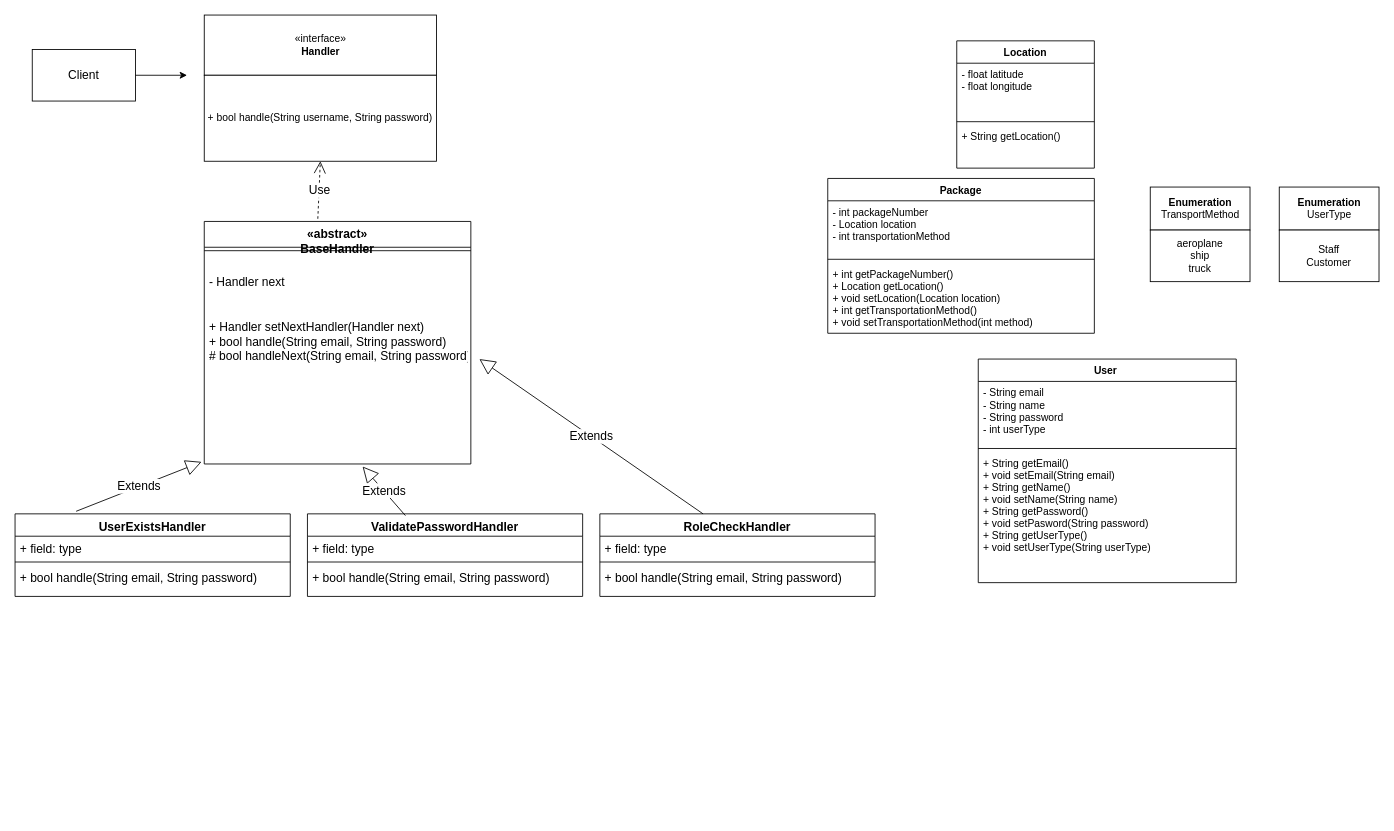
abuwho/S22-Software-Systems-Analysis-and-Design keeps this draw.io diagram as page "Final UML" (3 of 3) of team42.drawio. Above is the earlier version. Source tidied: cells renumbered, new cells numbered last; positions are measured from the earlier drawing's top-left corner, leaving out a move shared by most shapes. Both pictures are drawn from the tidied source at 86%, with x=0, y=0 at pixel (15, 15).
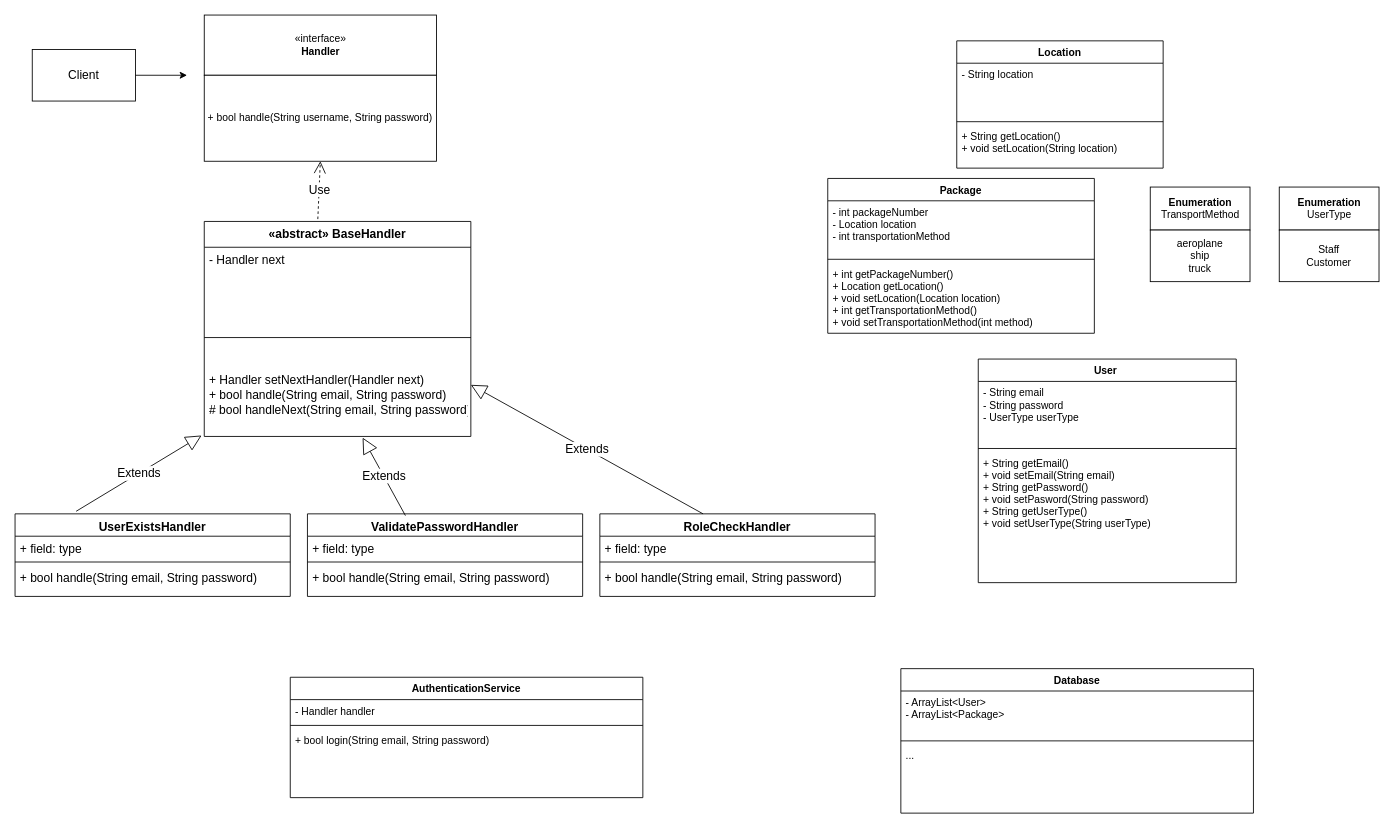
The same page after the edit.

Unchanged cells that the change refers to:
```xml
<mxCell id="33" value="User " style="swimlane;fontStyle=1;align=center;verticalAlign=top;horizontal=1;startSize=26;" parent="1" vertex="1">
  <mxGeometry x="1120" y="400" width="300" height="260" as="geometry" />
</mxCell>
```

What changed in the source:
```diff
@@
-    <mxCell id="5" value="«abstract»&#10;BaseHandler" style="swimlane;fontStyle=1;align=center;verticalAlign=top;horizontal=1;startSize=30;fontSize=14;" parent="1" vertex="1">
-      <mxGeometry x="220" y="240" width="310" height="282" as="geometry" />
+    <mxCell id="5" value="«abstract» BaseHandler" style="swimlane;fontStyle=1;align=center;verticalAlign=top;horizontal=1;startSize=30;fontSize=14;" parent="1" vertex="1">
+      <mxGeometry x="220" y="240" width="310" height="250" as="geometry" />
     </mxCell>
+    <mxCell id="7" value="- Handler next" style="text;strokeColor=none;fillColor=none;align=left;verticalAlign=top;spacingLeft=4;spacingRight=4;overflow=hidden;fontSize=14;" parent="5" vertex="1">
+      <mxGeometry y="30" width="310" height="70" as="geometry" />
+    </mxCell>
     <mxCell id="6" style="line;strokeWidth=1;fillColor=none;align=left;verticalAlign=middle;spacingTop=-1;spacingLeft=3;spacingRight=3;labelPosition=right;fontSize=14;" parent="5" vertex="1">
-      <mxGeometry y="30" width="310" height="8" as="geometry" />
+      <mxGeometry y="100" width="310" height="70" as="geometry" />
     </mxCell>
-    <mxCell id="7" value="&#10;- Handler next" style="text;strokeColor=none;fillColor=none;align=left;verticalAlign=top;spacingLeft=4;spacingRight=4;overflow=hidden;fontSize=14;" parent="5" vertex="1">
-      <mxGeometry y="38" width="310" height="70" as="geometry" />
-    </mxCell>
     <mxCell id="8" value="+ Handler setNextHandler(Handler next)&#10;+ bool handle(String email, String password)&#10;# bool handleNext(String email, String password)" style="text;strokeColor=none;fillColor=none;align=left;verticalAlign=top;spacingLeft=4;spacingRight=4;overflow=hidden;points=[[0,0.5],[1,0.5]];portConstraint=eastwest;fontSize=14;" parent="5" vertex="1">
-      <mxGeometry y="108" width="310" height="174" as="geometry" />
+      <mxGeometry y="170" width="310" height="80" as="geometry" />
     </mxCell>
@@
-    <mxCell id="24" value="Extends" style="endArrow=block;endSize=16;endFill=0;html=1;rounded=0;fontSize=14;entryX=1.032;entryY=0.299;entryDx=0;entryDy=0;exitX=0.222;exitY=-0.031;exitDx=0;exitDy=0;exitPerimeter=0;entryPerimeter=0;" parent="1" edge="1" target="8">
+    <mxCell id="24" value="Extends" style="endArrow=block;endSize=16;endFill=0;html=1;rounded=0;fontSize=14;entryX=1;entryY=0.25;entryDx=0;entryDy=0;exitX=0.222;exitY=-0.031;exitDx=0;exitDy=0;exitPerimeter=0;entryPerimeter=0;" parent="1" edge="1" target="8">
       <mxGeometry relative="1" as="geometry">
         <mxPoint x="800" y="580" as="sourcePoint" />
       </mxGeometry>
     </mxCell>
@@
     <mxCell id="29" value="Location" style="swimlane;fontStyle=1;align=center;verticalAlign=top;horizontal=1;startSize=26;" parent="1" vertex="1">
-      <mxGeometry x="1095" y="30" width="160" height="148" as="geometry" />
+      <mxGeometry x="1095" y="30" width="240" height="148" as="geometry" />
     </mxCell>
-    <mxCell id="30" value="- float latitude&#10;- float longitude" style="text;strokeColor=none;fillColor=none;align=left;verticalAlign=top;spacingLeft=4;spacingRight=4;overflow=hidden;" parent="29" vertex="1">
-      <mxGeometry y="26" width="160" height="64" as="geometry" />
+    <mxCell id="30" value="- String location" style="text;strokeColor=none;fillColor=none;align=left;verticalAlign=top;spacingLeft=4;spacingRight=4;overflow=hidden;" parent="29" vertex="1">
+      <mxGeometry y="26" width="240" height="64" as="geometry" />
     </mxCell>
     <mxCell id="31" style="line;strokeWidth=1;fillColor=none;align=left;verticalAlign=middle;spacingTop=-1;spacingLeft=3;spacingRight=3;labelPosition=right;" parent="29" vertex="1">
-      <mxGeometry y="90" width="160" height="8" as="geometry" />
+      <mxGeometry y="90" width="240" height="8" as="geometry" />
     </mxCell>
-    <mxCell id="32" value="+ String getLocation()" style="text;strokeColor=none;fillColor=none;align=left;verticalAlign=top;spacingLeft=4;spacingRight=4;overflow=hidden;" parent="29" vertex="1">
-      <mxGeometry y="98" width="160" height="50" as="geometry" />
+    <mxCell id="32" value="+ String getLocation()&#10;+ void setLocation(String location)" style="text;strokeColor=none;fillColor=none;align=left;verticalAlign=top;spacingLeft=4;spacingRight=4;overflow=hidden;" parent="29" vertex="1">
+      <mxGeometry y="98" width="240" height="50" as="geometry" />
     </mxCell>
@@
-    <mxCell id="34" value="- String email&#10;- String name&#10;- String password&#10;- int userType&#10;" style="text;strokeColor=none;fillColor=none;align=left;verticalAlign=top;spacingLeft=4;spacingRight=4;overflow=hidden;" parent="33" vertex="1">
+    <mxCell id="34" value="- String email&#10;- String password&#10;- UserType userType&#10;" style="text;strokeColor=none;fillColor=none;align=left;verticalAlign=top;spacingLeft=4;spacingRight=4;overflow=hidden;" parent="33" vertex="1">
       <mxGeometry y="26" width="300" height="74" as="geometry" />
     </mxCell>
@@
-    <mxCell id="36" value="+ String getEmail()&#10;+ void setEmail(String email)&#10;+ String getName()&#10;+ void setName(String name)&#10;+ String getPassword()&#10;+ void setPasword(String password)&#10;+ String getUserType()&#10;+ void setUserType(String userType)" style="text;strokeColor=none;fillColor=none;align=left;verticalAlign=top;spacingLeft=4;spacingRight=4;overflow=hidden;" parent="33" vertex="1">
+    <mxCell id="36" value="+ String getEmail()&#10;+ void setEmail(String email)&#10;+ String getPassword()&#10;+ void setPasword(String password)&#10;+ String getUserType()&#10;+ void setUserType(String userType)" style="text;strokeColor=none;fillColor=none;align=left;verticalAlign=top;spacingLeft=4;spacingRight=4;overflow=hidden;" parent="33" vertex="1">
       <mxGeometry y="108" width="300" height="152" as="geometry" />
     </mxCell>
@@
+    <mxCell id="44" value="AuthenticationService" style="swimlane;fontStyle=1;align=center;verticalAlign=top;horizontal=1;startSize=26;" parent="1" vertex="1">
+      <mxGeometry x="320" y="770" width="410" height="140" as="geometry" />
+    </mxCell>
+    <mxCell id="45" value="- Handler handler" style="text;strokeColor=none;fillColor=none;align=left;verticalAlign=top;spacingLeft=4;spacingRight=4;overflow=hidden;" parent="44" vertex="1">
+      <mxGeometry y="26" width="410" height="26" as="geometry" />
+    </mxCell>
+    <mxCell id="46" style="line;strokeWidth=1;fillColor=none;align=left;verticalAlign=middle;spacingTop=-1;spacingLeft=3;spacingRight=3;labelPosition=right;" parent="44" vertex="1">
+      <mxGeometry y="52" width="410" height="8" as="geometry" />
+    </mxCell>
+    <mxCell id="47" value="+ bool login(String email, String password)" style="text;strokeColor=none;fillColor=none;align=left;verticalAlign=top;spacingLeft=4;spacingRight=4;overflow=hidden;" parent="44" vertex="1">
+      <mxGeometry y="60" width="410" height="80" as="geometry" />
+    </mxCell>
+    <mxCell id="48" value="Database" style="swimlane;fontStyle=1;align=center;verticalAlign=top;horizontal=1;startSize=26;" parent="1" vertex="1">
+      <mxGeometry x="1030" y="760" width="410" height="168" as="geometry" />
+    </mxCell>
+    <mxCell id="49" value="- ArrayList&lt;User&gt;&#10;- ArrayList&lt;Package&gt;" style="text;strokeColor=none;fillColor=none;align=left;verticalAlign=top;spacingLeft=4;spacingRight=4;overflow=hidden;" parent="48" vertex="1">
+      <mxGeometry y="26" width="410" height="54" as="geometry" />
+    </mxCell>
+    <mxCell id="50" style="line;strokeWidth=1;fillColor=none;align=left;verticalAlign=middle;spacingTop=-1;spacingLeft=3;spacingRight=3;labelPosition=right;" parent="48" vertex="1">
+      <mxGeometry y="80" width="410" height="8" as="geometry" />
+    </mxCell>
+    <mxCell id="51" value="..." style="text;strokeColor=none;fillColor=none;align=left;verticalAlign=top;spacingLeft=4;spacingRight=4;overflow=hidden;" parent="48" vertex="1">
+      <mxGeometry y="88" width="410" height="80" as="geometry" />
+    </mxCell>
```
